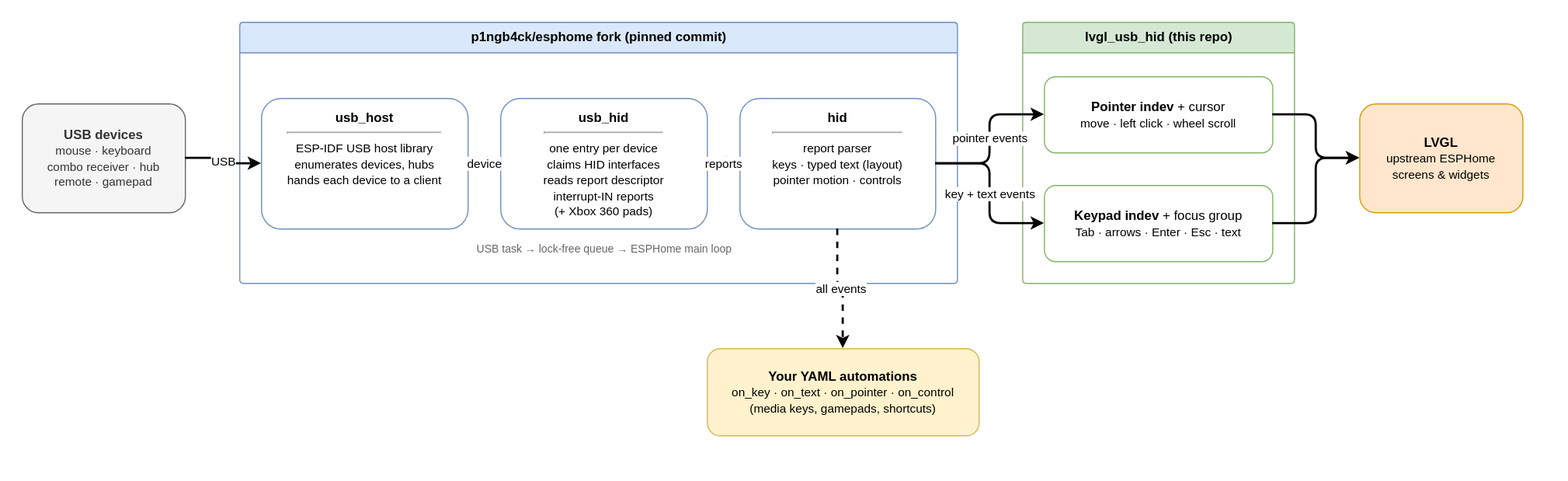
Above: docs/architecture.drawio.svg in martijnbuts/usb (draw.io), before the change. Source tidied: cells renumbered, new cells last; positions are measured from the earlier drawing's top-left corner, leaving out a move shared by most shapes.
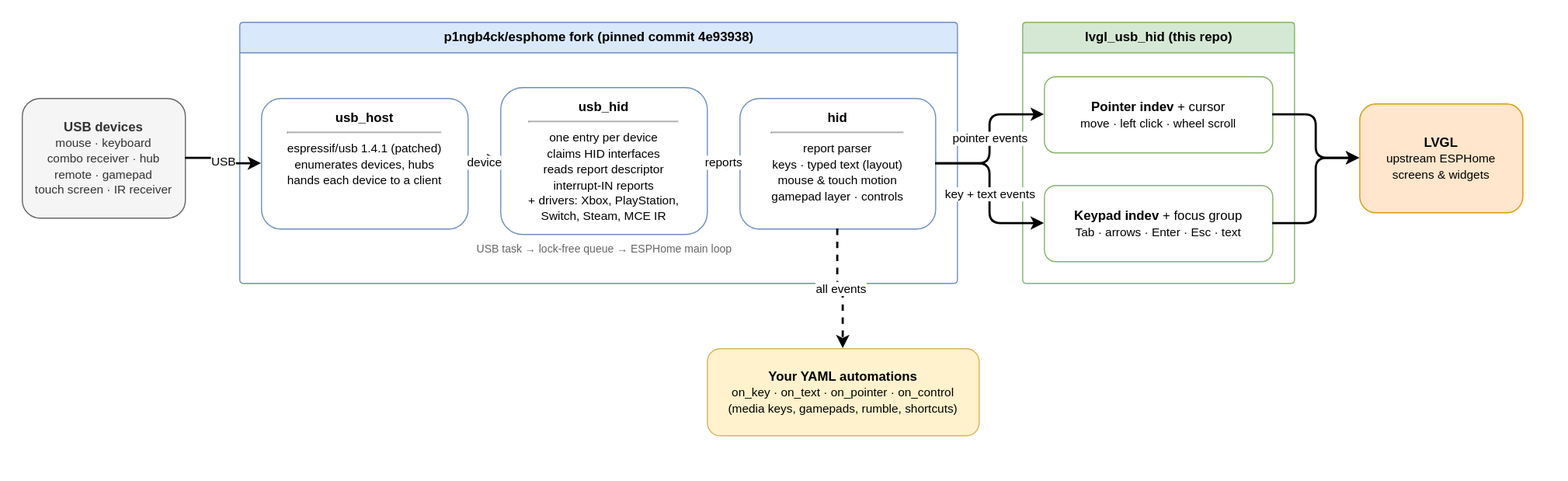
After the commit.

Commit message:
Docs for fork commit 4e93938: gamepads, touch screens, IR receivers, hub fixes

Change to the diagram source:
```diff
@@ -2,19 +2,19 @@
   <root>
     <mxCell id="0" />
     <mxCell id="1" parent="0" />
-    <mxCell id="2" value="&lt;b&gt;USB devices&lt;/b&gt;&lt;br&gt;&lt;font style=&quot;font-size:11px&quot;&gt;mouse · keyboard&lt;br&gt;combo receiver · hub&lt;br&gt;remote · gamepad&lt;/font&gt;" style="rounded=1;whiteSpace=wrap;html=1;fillColor=#f5f5f5;strokeColor=#666666;fontColor=#333333;" parent="1" vertex="1">
-      <mxGeometry y="75" width="150" height="100" as="geometry" />
+    <mxCell id="2" value="&lt;b&gt;USB devices&lt;/b&gt;&lt;br&gt;&lt;font style=&quot;font-size:11px&quot;&gt;mouse · keyboard&lt;br&gt;combo receiver · hub&lt;br&gt;remote · gamepad&lt;br&gt;touch screen · IR receiver&lt;/font&gt;" style="rounded=1;whiteSpace=wrap;html=1;fillColor=#f5f5f5;strokeColor=#666666;fontColor=#333333;" parent="1" vertex="1">
+      <mxGeometry y="70" width="150" height="110" as="geometry" />
     </mxCell>
-    <mxCell id="3" value="p1ngb4ck/esphome fork  (pinned commit)" style="swimlane;startSize=28;fillColor=#dae8fc;strokeColor=#6c8ebf;html=1;fontStyle=1;rounded=1;arcSize=4;" parent="1" vertex="1">
+    <mxCell id="3" value="p1ngb4ck/esphome fork  (pinned commit 4e93938)" style="swimlane;startSize=28;fillColor=#dae8fc;strokeColor=#6c8ebf;html=1;fontStyle=1;rounded=1;arcSize=4;" parent="1" vertex="1">
       <mxGeometry x="200" width="660" height="240" as="geometry" />
     </mxCell>
-    <mxCell id="4" value="&lt;b&gt;usb_host&lt;/b&gt;&lt;hr&gt;&lt;font style=&quot;font-size:11px&quot;&gt;ESP-IDF USB host library&lt;br&gt;enumerates devices, hubs&lt;br&gt;hands each device to a client&lt;/font&gt;" style="rounded=1;whiteSpace=wrap;html=1;fillColor=#ffffff;strokeColor=#6c8ebf;verticalAlign=top;spacingTop=4;" parent="3" vertex="1">
+    <mxCell id="4" value="&lt;b&gt;usb_host&lt;/b&gt;&lt;hr&gt;&lt;font style=&quot;font-size:11px&quot;&gt;espressif/usb 1.4.1 (patched)&lt;br&gt;enumerates devices, hubs&lt;br&gt;hands each device to a client&lt;/font&gt;" style="rounded=1;whiteSpace=wrap;html=1;fillColor=#ffffff;strokeColor=#6c8ebf;verticalAlign=top;spacingTop=4;" parent="3" vertex="1">
       <mxGeometry x="20" y="70" width="190" height="120" as="geometry" />
     </mxCell>
-    <mxCell id="5" value="&lt;b&gt;usb_hid&lt;/b&gt;&lt;hr&gt;&lt;font style=&quot;font-size:11px&quot;&gt;one entry per device&lt;br&gt;claims HID interfaces&lt;br&gt;reads report descriptor&lt;br&gt;interrupt-IN reports&lt;br&gt;(+ Xbox 360 pads)&lt;/font&gt;" style="rounded=1;whiteSpace=wrap;html=1;fillColor=#ffffff;strokeColor=#6c8ebf;verticalAlign=top;spacingTop=4;" parent="3" vertex="1">
-      <mxGeometry x="240" y="70" width="190" height="120" as="geometry" />
+    <mxCell id="5" value="&lt;b&gt;usb_hid&lt;/b&gt;&lt;hr&gt;&lt;font style=&quot;font-size:11px&quot;&gt;one entry per device&lt;br&gt;claims HID interfaces&lt;br&gt;reads report descriptor&lt;br&gt;interrupt-IN reports&lt;br&gt;+ drivers: Xbox, PlayStation,&lt;br&gt;Switch, Steam, MCE IR&lt;/font&gt;" style="rounded=1;whiteSpace=wrap;html=1;fillColor=#ffffff;strokeColor=#6c8ebf;verticalAlign=top;spacingTop=4;" parent="3" vertex="1">
+      <mxGeometry x="240" y="60" width="190" height="135" as="geometry" />
     </mxCell>
-    <mxCell id="6" value="&lt;b&gt;hid&lt;/b&gt;&lt;hr&gt;&lt;font style=&quot;font-size:11px&quot;&gt;report parser&lt;br&gt;keys · typed text (layout)&lt;br&gt;pointer motion · controls&lt;/font&gt;" style="rounded=1;whiteSpace=wrap;html=1;fillColor=#ffffff;strokeColor=#6c8ebf;verticalAlign=top;spacingTop=4;" parent="3" vertex="1">
+    <mxCell id="6" value="&lt;b&gt;hid&lt;/b&gt;&lt;hr&gt;&lt;font style=&quot;font-size:11px&quot;&gt;report parser&lt;br&gt;keys · typed text (layout)&lt;br&gt;mouse &amp;amp; touch motion&lt;br&gt;gamepad layer · controls&lt;/font&gt;" style="rounded=1;whiteSpace=wrap;html=1;fillColor=#ffffff;strokeColor=#6c8ebf;verticalAlign=top;spacingTop=4;" parent="3" vertex="1">
       <mxGeometry x="460" y="70" width="180" height="120" as="geometry" />
     </mxCell>
     <mxCell id="7" value="device" style="edgeStyle=orthogonalEdgeStyle;rounded=1;html=1;strokeWidth=2;fontSize=11;" parent="3" edge="1" source="4" target="5">
@@ -38,7 +38,7 @@
     <mxCell id="13" value="&lt;b&gt;LVGL&lt;/b&gt;&lt;br&gt;&lt;font style=&quot;font-size:11px&quot;&gt;upstream ESPHome&lt;br&gt;screens &amp;amp; widgets&lt;/font&gt;" style="rounded=1;whiteSpace=wrap;html=1;fillColor=#ffe6cc;strokeColor=#d79b00;" parent="1" vertex="1">
       <mxGeometry x="1230" y="75" width="150" height="100" as="geometry" />
     </mxCell>
-    <mxCell id="14" value="&lt;b&gt;Your YAML automations&lt;/b&gt;&lt;br&gt;&lt;font style=&quot;font-size:11px&quot;&gt;on_key · on_text · on_pointer · on_control&lt;br&gt;(media keys, gamepads, shortcuts)&lt;/font&gt;" style="rounded=1;whiteSpace=wrap;html=1;fillColor=#fff2cc;strokeColor=#d6b656;" parent="1" vertex="1">
+    <mxCell id="14" value="&lt;b&gt;Your YAML automations&lt;/b&gt;&lt;br&gt;&lt;font style=&quot;font-size:11px&quot;&gt;on_key · on_text · on_pointer · on_control&lt;br&gt;(media keys, gamepads, rumble, shortcuts)&lt;/font&gt;" style="rounded=1;whiteSpace=wrap;html=1;fillColor=#fff2cc;strokeColor=#d6b656;" parent="1" vertex="1">
       <mxGeometry x="630" y="300" width="250" height="80" as="geometry" />
     </mxCell>
     <mxCell id="15" value="USB" style="edgeStyle=orthogonalEdgeStyle;rounded=1;html=1;strokeWidth=2;fontSize=11;" parent="1" edge="1" source="2" target="4">
```
